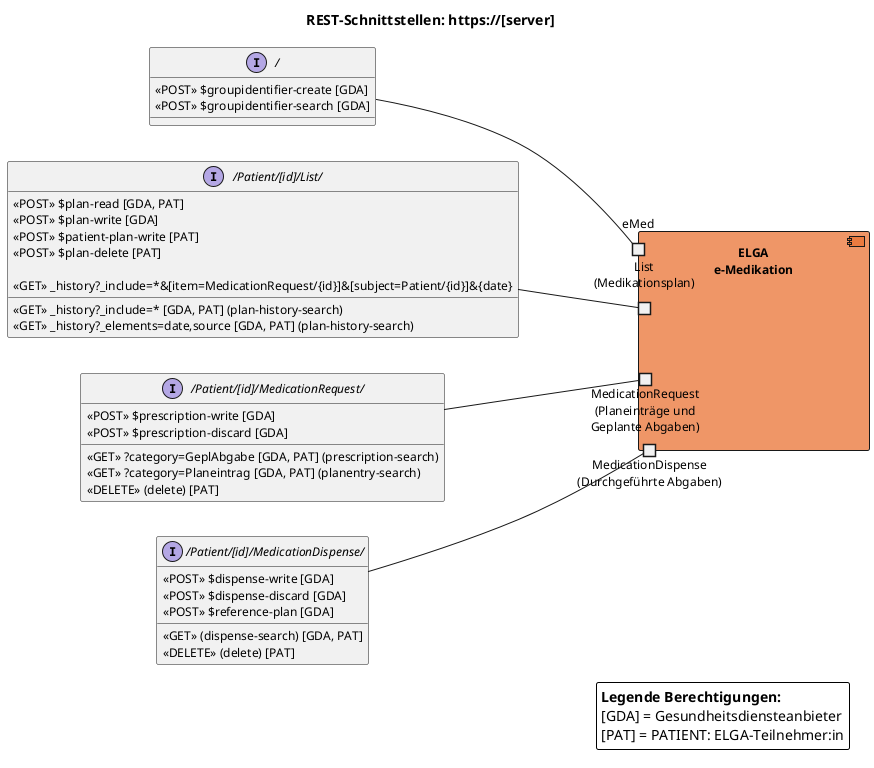
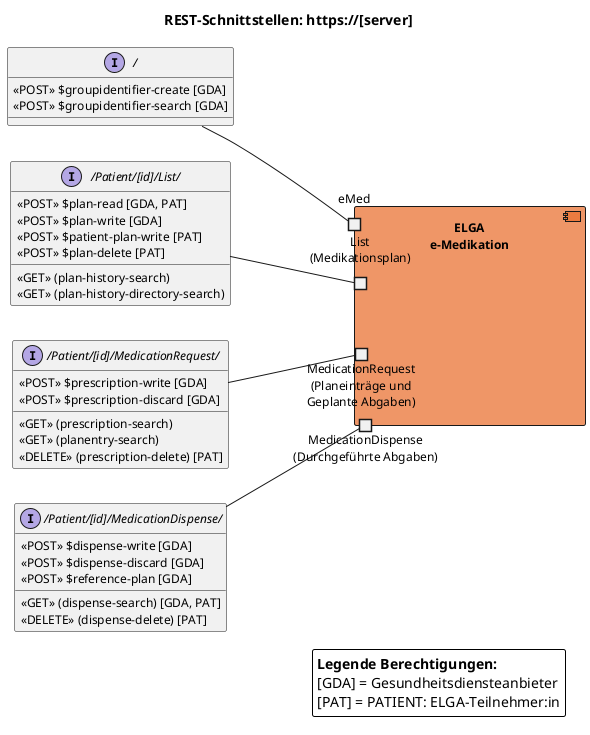

@startuml
allowmixing
' !include "https://raw.githubusercontent.com/tupadr3/plantuml-icon-font-sprites/v3.0.0/icons/font-awesome-5/user_doctor.puml"

' title diagramm
' ICON_DOC(doctor,LIVE,user_doctor,black) #RoyalBlue

' stethoscope	GOV_STETHOSCOPE
' balance_scale	FA5_BALANCE_SCALE
' flask	FA5_FLASK
' hand_holding_medical	FA5_HAND_HOLDING_MEDICAL
' heartbeat	FA5_HEARTBEAT
' comment_medical	FA5_COMMENT_MEDICAL
' clinic_medical	FA5_CLINIC_MEDICAL


skinparam componentStyle uml2
skinparam packageStyle rectangle

skinparam borderColor #555555
skinparam backgroundColor #FFFFFF
skinparam shadowing false
skinparam roundCorner 4
skinparam defaultFontName "Arial"
skinparam defaultFontSize 12
skinparam defaultFontColor #000000

!define COLOR_EMED_FA  #e97232bd

' Styling für UML-Komponenten und Schnittstellen (Klassischer UML-Stil)
skinparam component {
  BackgroundColor COLOR_EMED_FA
  'BorderColor #0366D6
  'FontColor #000000
  'FontStyle bold
}

skinparam interface {
  'BackgroundColor #FFFFFF
  'BorderColor #005CC5
}

left to right direction

title REST-Schnittstellen: https://[server]


interface "/" as IEmed {
  «POST» $groupidentifier-create [GDA]
  «POST» $groupidentifier-search [GDA]
}

interface "/Patient/[id]/List/" as IList {
  «POST» $plan-read [GDA, PAT]
  «POST» $plan-write [GDA]
  «POST» $patient-plan-write [PAT]
  «POST» $plan-delete [PAT]
-   «GET» _history?_include=* [GDA, PAT] (plan-history-search)
- 
-   «GET» _history?_include=*&[item=MedicationRequest/{id}]&[subject=Patient/{id}]&{date}
-   «GET» _history?_elements=date,source [GDA, PAT] (plan-history-search)
+   «GET» (plan-history-search)
+   «GET» (plan-history-directory-search)
}

interface "/Patient/[id]/MedicationRequest/" as IMedicationRequest {
  «POST» $prescription-write [GDA]
  «POST» $prescription-discard [GDA]
-   «GET» ?category=GeplAbgabe [GDA, PAT] (prescription-search)
-   «GET» ?category=Planeintrag [GDA, PAT] (planentry-search)
-   «DELETE» (delete) [PAT]
+   «GET» (prescription-search)
+   «GET» (planentry-search)
+   «DELETE» (prescription-delete) [PAT]
}

interface "/Patient/[id]/MedicationDispense/" as IDurchgAbgabe {
  «POST» $dispense-write [GDA]
  «POST» $dispense-discard [GDA]
  «POST» $reference-plan [GDA]
  «GET» (dispense-search) [GDA, PAT]
-   «DELETE» (delete) [PAT]
+   «DELETE» (dispense-delete) [PAT]
}


' --- SYSTEMKOMPONENTE (ZENTRALER SERVER) ---

component "ELGA\ne-Medikation" as Server {
  port "List\n(Medikationsplan)" as p4
  port "MedicationDispense\n(Durchgeführte Abgaben)" as p3
  port "MedicationRequest\n(Planeinträge und\nGeplante Abgaben)" as p2
  port "eMed" as p1
}


p3 -up- IDurchgAbgabe
p2 -up- IMedicationRequest
p4 -up- IList
p1 -up- IEmed


legend right
  **Legende Berechtigungen:**
  [GDA] = Gesundheitsdiensteanbieter
  [PAT] = PATIENT: ELGA-Teilnehmer:in
end legend

' --- ARCHITEKTUR-NOTIZEN ---

' note bottom of Server
'   **UML 2.0 Component Specification**
'   Zentrales e-Medikations-System kapselt persistierte
'   Collection Bundles (v.1 / v.2) und Transaction Bundles.
' end note

' note right of IBundle
'   **Ressourcen-Kontext:**
'   Enthält MedicationRequest,
'   Patient, Practitioner.
' end note

@enduml